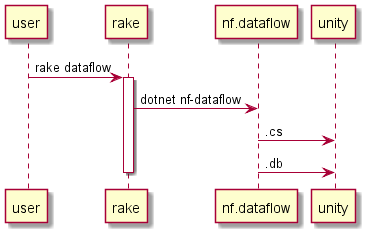
netpyoung/nf.data-flow keeps this PlantUML diagram as flow.png. Above is the earlier version.
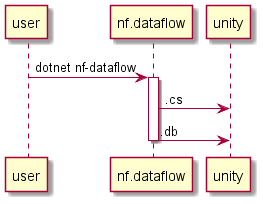
Above is the later version.

Change to the diagram source:
```diff
@@ -1,8 +1,7 @@
-@startuml
+@startuml flow
 
-user -> rake : rake dataflow
-activate rake
-rake -> nf.dataflow : dotnet nf-dataflow
+user -> nf.dataflow : dotnet nf-dataflow
+activate nf.dataflow
 nf.dataflow -> unity : .cs
 nf.dataflow -> unity : .db
 deactivate
```
